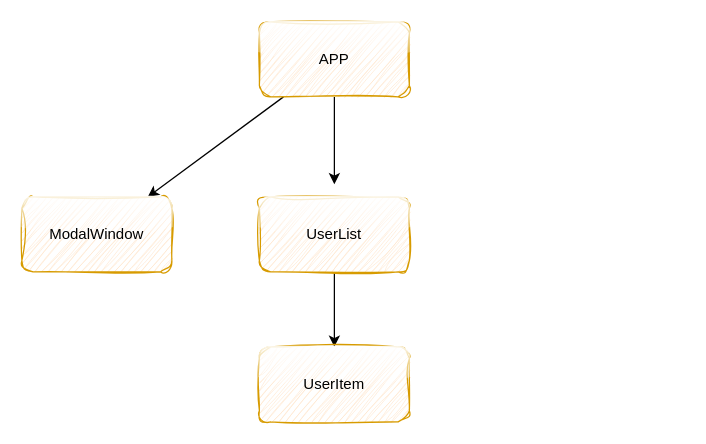
This is UserTable.drawio from pavel08091997/Users-Table, a draw.io file, before an edit. Source tidied: cells renumbered, new cells numbered last; positions are measured from the earlier drawing's top-left corner, leaving out a move shared by most shapes. Both pictures are drawn from the tidied source at 125%, with x=0, y=0 at pixel (21, 21).
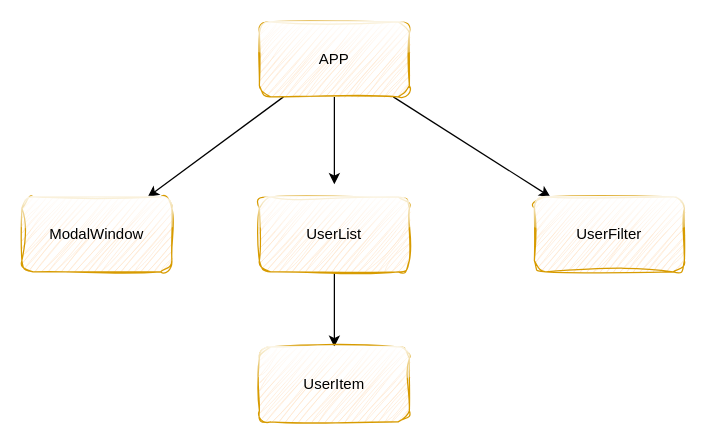
The same diagram, later.

The edit, as a diff of the source:
```diff
@@
 <mxGraphModel>
   <root>
     <mxCell id="0" />
     <mxCell id="1" parent="0" />
     <mxCell id="2" style="edgeStyle=orthogonalEdgeStyle;rounded=0;jettySize=auto;html=1;" parent="1" edge="1" source="4">
       <mxGeometry relative="1" as="geometry">
         <mxPoint x="250" y="130" as="targetPoint" />
       </mxGeometry>
     </mxCell>
     <mxCell id="3" style="edgeStyle=none;html=1;" parent="1" edge="1" source="4" target="8">
       <mxGeometry relative="1" as="geometry" />
     </mxCell>
+    <mxCell id="9" style="edgeStyle=none;html=1;" parent="1" edge="1" source="4" target="10">
+      <mxGeometry relative="1" as="geometry" />
+    </mxCell>
     <mxCell id="4" value="APP" style="rounded=1;whiteSpace=wrap;html=1;glass=1;sketch=1;curveFitting=1;jiggle=2;fillColor=#ffe6cc;strokeColor=#d79b00;" parent="1" vertex="1">
       <mxGeometry x="190" width="120" height="60" as="geometry" />
     </mxCell>
     <mxCell id="5" style="edgeStyle=orthogonalEdgeStyle;rounded=0;jettySize=auto;html=1;" parent="1" edge="1" source="6" target="7">
       <mxGeometry relative="1" as="geometry" />
     </mxCell>
     <mxCell id="6" value="UserList" style="rounded=1;whiteSpace=wrap;html=1;glass=1;sketch=1;curveFitting=1;jiggle=2;fillColor=#ffe6cc;strokeColor=#d79b00;" parent="1" vertex="1">
       <mxGeometry x="190" y="140" width="120" height="60" as="geometry" />
     </mxCell>
     <mxCell id="7" value="UserItem" style="rounded=1;whiteSpace=wrap;html=1;glass=1;sketch=1;curveFitting=1;jiggle=2;fillColor=#ffe6cc;strokeColor=#d79b00;" parent="1" vertex="1">
       <mxGeometry x="190" y="260" width="120" height="60" as="geometry" />
     </mxCell>
     <mxCell id="8" value="ModalWindow" style="rounded=1;whiteSpace=wrap;html=1;glass=1;sketch=1;curveFitting=1;jiggle=2;fillColor=#ffe6cc;strokeColor=#d79b00;" parent="1" vertex="1">
       <mxGeometry y="140" width="120" height="60" as="geometry" />
     </mxCell>
+    <mxCell id="10" value="UserFilter" style="rounded=1;whiteSpace=wrap;html=1;glass=1;sketch=1;curveFitting=1;jiggle=2;fillColor=#ffe6cc;strokeColor=#d79b00;" parent="1" vertex="1">
+      <mxGeometry x="410" y="140" width="120" height="60" as="geometry" />
+    </mxCell>
   </root>
 </mxGraphModel>
```
